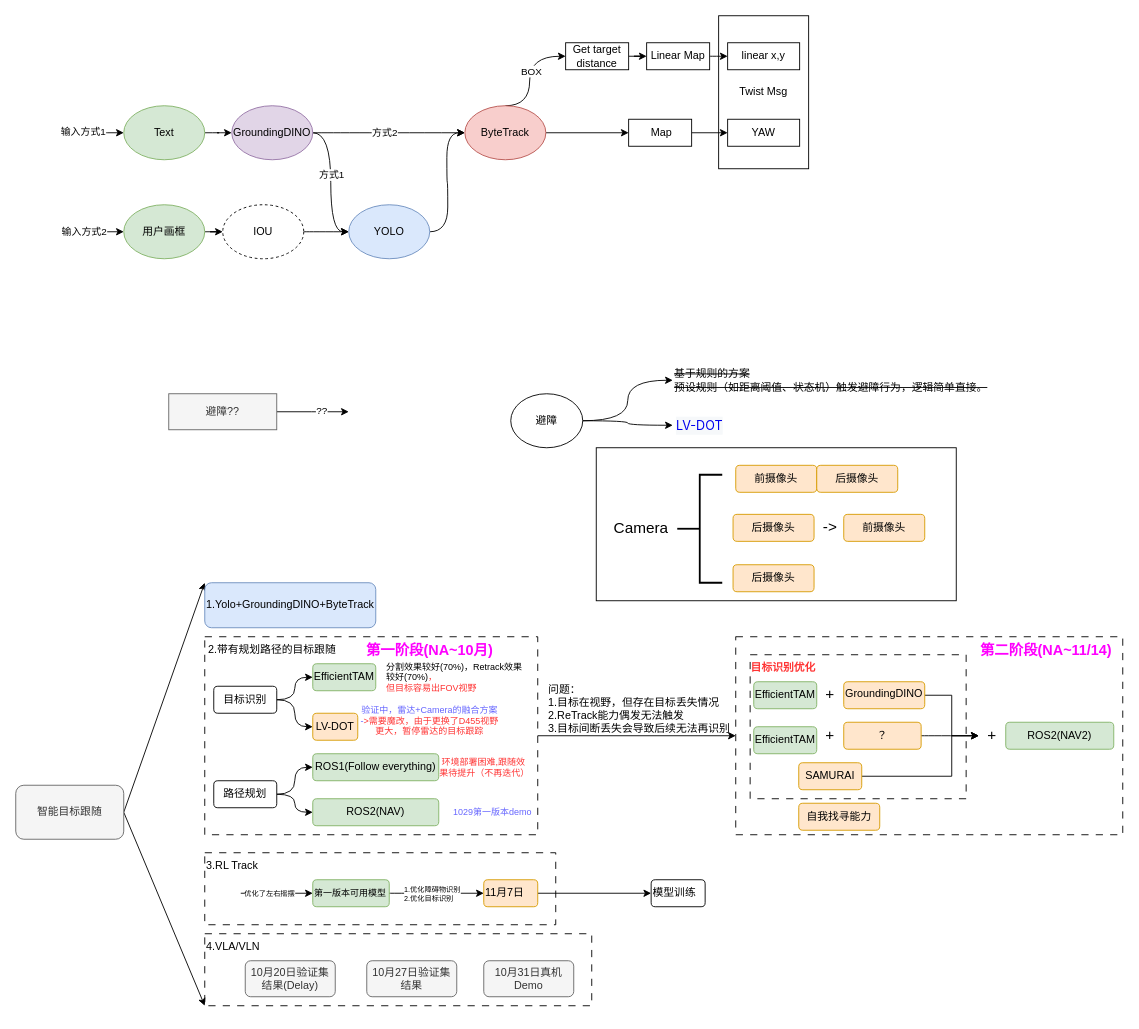
Before: LLM/经典跟踪方法.drawio in mailonghua/drawio, a draw.io diagram. Source tidied: cells renumbered, new cells numbered last; positions are measured from the earlier drawing's top-left corner, leaving out a move shared by most shapes. Both pictures are drawn from the tidied source at 90%, with x=0, y=0 at pixel (15, 15).
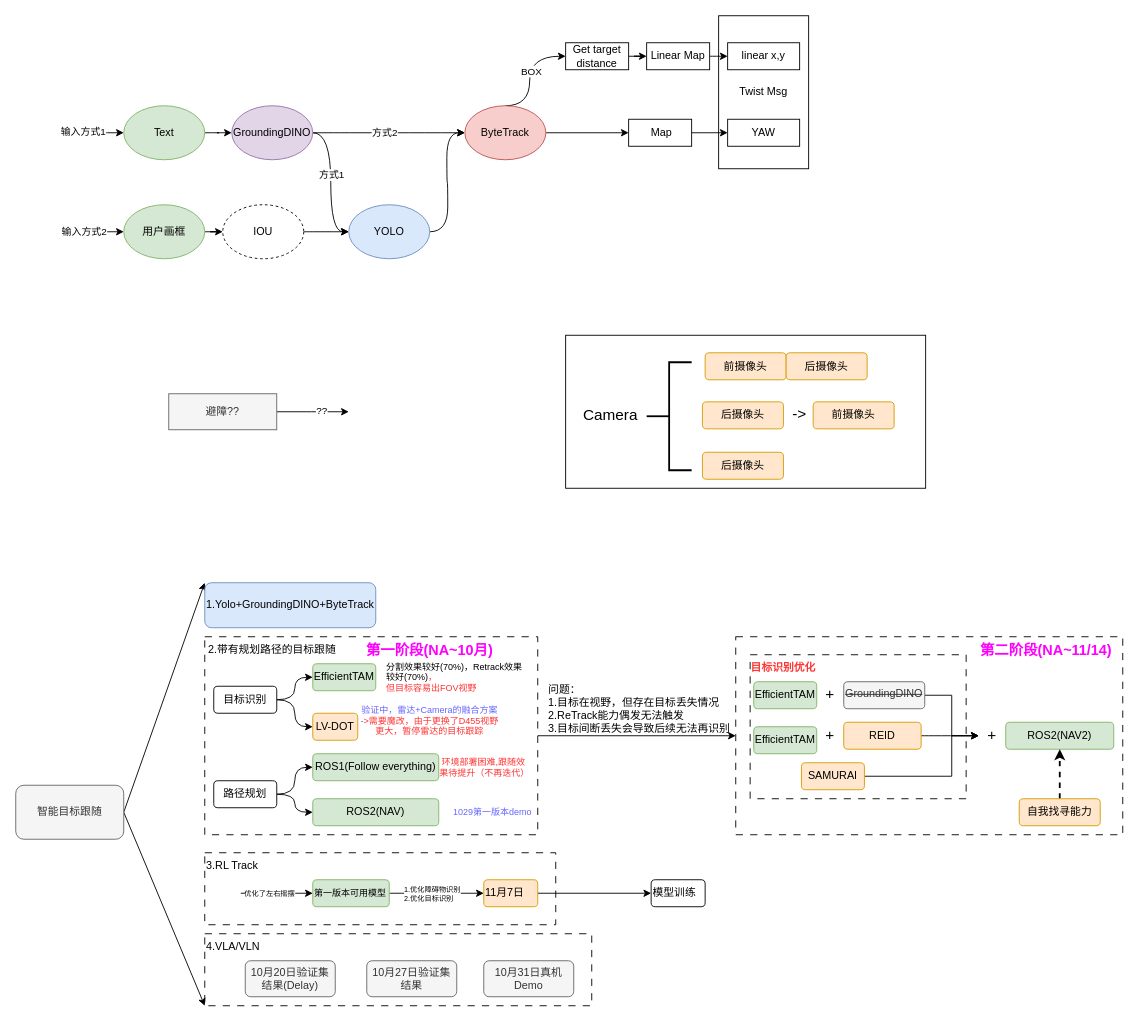
The same page after the edit.

Commit message:
更新经典跟踪方法.drawio

Unchanged cells that the change refers to:
```xml
<mxCell id="91" value="ROS2(NAV2)" style="rounded=1;whiteSpace=wrap;html=1;align=center;fillColor=#d5e8d4;strokeColor=#82b366;" parent="1" vertex="1">
  <mxGeometry x="1100" y="785" width="120" height="30" as="geometry" />
</mxCell>
```

Change to the diagram source:
```diff
@@
     <mxCell id="2" style="rounded=0;whiteSpace=wrap;html=1;" parent="1" vertex="1">
-      <mxGeometry x="645" y="480" width="400" height="170" as="geometry" />
+      <mxGeometry x="611" y="355" width="400" height="170" as="geometry" />
     </mxCell>
@@
-    <mxCell id="41" style="edgeStyle=orthogonalEdgeStyle;curved=1;rounded=0;jettySize=auto;html=1;exitX=1;exitY=0.5;exitDx=0;exitDy=0;entryX=0;entryY=0.5;entryDx=0;entryDy=0;" parent="1" edge="1" source="43" target="44">
-      <mxGeometry relative="1" as="geometry" />
-    </mxCell>
-    <mxCell id="42" style="edgeStyle=orthogonalEdgeStyle;curved=1;rounded=0;jettySize=auto;html=1;exitX=1;exitY=0.5;exitDx=0;exitDy=0;entryX=0;entryY=0.5;entryDx=0;entryDy=0;" parent="1" edge="1" source="43" target="45">
-      <mxGeometry relative="1" as="geometry" />
-    </mxCell>
-    <mxCell id="43" value="避障" style="ellipse;whiteSpace=wrap;html=1;" parent="1" vertex="1">
-      <mxGeometry x="550" y="420" width="80" height="60" as="geometry" />
-    </mxCell>
-    <mxCell id="44" value="&lt;strike&gt;基于规则的方案&lt;br&gt;预设规则（如距离阈值、状态机）触发避障行为，逻辑简单直接。&lt;/strike&gt;" style="text;strokeColor=none;align=left;fillColor=none;html=1;verticalAlign=middle;whiteSpace=wrap;rounded=0;labelBorderColor=none;" parent="1" vertex="1">
-      <mxGeometry x="730" y="390" width="360" height="30" as="geometry" />
-    </mxCell>
-    <mxCell id="45" value="&lt;a style=&quot;box-sizing: border-box; background-color: rgb(246, 248, 250); display: flex; align-items: center; min-width: 3ch; line-height: var(--text-body-lineHeight-medium, 1.4285714286); border-radius: var(--borderRadius-medium); padding-inline: var(--base-size-6); padding-block: var(--base-size-4); font-weight: var(--base-text-weight-semibold); font-family: -apple-system, &amp;quot;system-ui&amp;quot;, &amp;quot;Segoe UI&amp;quot;, &amp;quot;Noto Sans&amp;quot;, Helvetica, Arial, sans-serif, &amp;quot;Apple Color Emoji&amp;quot;, &amp;quot;Segoe UI Emoji&amp;quot;; font-size: 14px; text-align: start; text-decoration-line: none !important;&quot; class=&quot;AppHeader-context-item&quot; id=&quot;contextregion-repositorycrumb-lv-dot-link&quot; aria-current=&quot;page&quot; href=&quot;https://github.com/Zhefan-Xu/LV-DOT&quot;&gt;&lt;span style=&quot;box-sizing: border-box; display: inline-block; overflow: hidden; text-overflow: ellipsis; text-wrap: nowrap;&quot; class=&quot;AppHeader-context-item-label&quot;&gt;LV-DOT&lt;/span&gt;&lt;/a&gt;" style="text;strokeColor=none;align=center;fillColor=none;html=1;verticalAlign=middle;whiteSpace=wrap;rounded=0;" parent="1" vertex="1">
-      <mxGeometry x="730" y="440" width="60" height="30" as="geometry" />
-    </mxCell>
@@
-    <mxCell id="82" value="&lt;span class=&quot;AppHeader-context-item-label&quot; style=&quot;box-sizing: border-box; display: inline-block; overflow: hidden; text-overflow: ellipsis; text-wrap: nowrap;&quot;&gt;GroundingDINO&lt;/span&gt;" style="rounded=1;whiteSpace=wrap;html=1;align=center;fillColor=#ffe6cc;strokeColor=#d79b00;" parent="1" vertex="1">
+    <mxCell id="82" value="&lt;span class=&quot;AppHeader-context-item-label&quot; style=&quot;box-sizing: border-box; display: inline-block; overflow: hidden; text-overflow: ellipsis; text-wrap: nowrap;&quot;&gt;&lt;strike&gt;GroundingDINO&lt;/strike&gt;&lt;/span&gt;" style="rounded=1;whiteSpace=wrap;html=1;align=center;fillColor=#f5f5f5;strokeColor=#666666;fontColor=#333333;" parent="1" vertex="1">
       <mxGeometry x="920" y="740" width="90" height="30" as="geometry" />
     </mxCell>
@@
-    <mxCell id="86" value="？" style="rounded=1;whiteSpace=wrap;html=1;align=center;fillColor=#ffe6cc;strokeColor=#d79b00;" parent="1" vertex="1">
+    <mxCell id="86" value="REID" style="rounded=1;whiteSpace=wrap;html=1;align=center;fillColor=#ffe6cc;strokeColor=#d79b00;" parent="1" vertex="1">
       <mxGeometry x="920" y="785" width="86" height="30" as="geometry" />
     </mxCell>
@@
     <mxCell id="89" value="SAMURAI" style="rounded=1;whiteSpace=wrap;html=1;align=center;fillColor=#ffe6cc;strokeColor=#d79b00;" parent="1" vertex="1">
-      <mxGeometry x="870" y="830" width="70" height="30" as="geometry" />
+      <mxGeometry x="873" y="830" width="70" height="30" as="geometry" />
     </mxCell>
@@
+    <mxCell id="104" style="edgeStyle=orthogonalEdgeStyle;rounded=0;jettySize=auto;html=1;exitX=0.5;exitY=0;exitDx=0;exitDy=0;entryX=0.5;entryY=1;entryDx=0;entryDy=0;dashed=1;strokeWidth=2;" parent="1" edge="1" source="95" target="91">
+      <mxGeometry relative="1" as="geometry" />
+    </mxCell>
     <mxCell id="95" value="自我找寻能力" style="rounded=1;whiteSpace=wrap;html=1;align=center;fillColor=#ffe6cc;strokeColor=#d79b00;" parent="1" vertex="1">
-      <mxGeometry x="870" y="875" width="90" height="30" as="geometry" />
+      <mxGeometry x="1115" y="870" width="90" height="30" as="geometry" />
     </mxCell>
     <mxCell id="96" value="前摄像头" style="rounded=1;whiteSpace=wrap;html=1;align=center;fillColor=#ffe6cc;strokeColor=#d79b00;" parent="1" vertex="1">
-      <mxGeometry x="800" y="499.5" width="90" height="30" as="geometry" />
+      <mxGeometry x="766" y="374.5" width="90" height="30" as="geometry" />
     </mxCell>
     <mxCell id="97" value="后摄像头" style="rounded=1;whiteSpace=wrap;html=1;align=center;fillColor=#ffe6cc;strokeColor=#d79b00;" parent="1" vertex="1">
-      <mxGeometry x="890" y="499.5" width="90" height="30" as="geometry" />
+      <mxGeometry x="856" y="374.5" width="90" height="30" as="geometry" />
     </mxCell>
     <mxCell id="98" value="后摄像头" style="rounded=1;whiteSpace=wrap;html=1;align=center;fillColor=#ffe6cc;strokeColor=#d79b00;" parent="1" vertex="1">
-      <mxGeometry x="797" y="610" width="90" height="30" as="geometry" />
+      <mxGeometry x="763" y="485" width="90" height="30" as="geometry" />
     </mxCell>
     <mxCell id="99" style="strokeWidth=2;html=1;shape=mxgraph.flowchart.annotation_2;align=left;labelPosition=right;" parent="1" vertex="1">
-      <mxGeometry x="735" y="510" width="50" height="120" as="geometry" />
+      <mxGeometry x="701" y="385" width="50" height="120" as="geometry" />
     </mxCell>
     <mxCell id="100" value="Camera" style="text;html=1;whiteSpace=wrap;strokeColor=none;fillColor=none;align=center;verticalAlign=middle;rounded=0;fontSize=17;" parent="1" vertex="1">
-      <mxGeometry x="665" y="555" width="60" height="30" as="geometry" />
+      <mxGeometry x="631" y="430" width="60" height="30" as="geometry" />
     </mxCell>
     <mxCell id="101" value="后摄像头" style="rounded=1;whiteSpace=wrap;html=1;align=center;fillColor=#ffe6cc;strokeColor=#d79b00;" parent="1" vertex="1">
-      <mxGeometry x="797" y="554" width="90" height="30" as="geometry" />
+      <mxGeometry x="763" y="429" width="90" height="30" as="geometry" />
     </mxCell>
     <mxCell id="102" value="前摄像头" style="rounded=1;whiteSpace=wrap;html=1;align=center;fillColor=#ffe6cc;strokeColor=#d79b00;" parent="1" vertex="1">
-      <mxGeometry x="920" y="554" width="90" height="30" as="geometry" />
+      <mxGeometry x="886" y="429" width="90" height="30" as="geometry" />
     </mxCell>
     <mxCell id="103" value="-&amp;gt;" style="text;html=1;whiteSpace=wrap;strokeColor=none;fillColor=none;align=center;verticalAlign=middle;rounded=0;fontSize=17;" parent="1" vertex="1">
-      <mxGeometry x="875" y="554" width="60" height="30" as="geometry" />
+      <mxGeometry x="841" y="429" width="60" height="30" as="geometry" />
     </mxCell>
```
